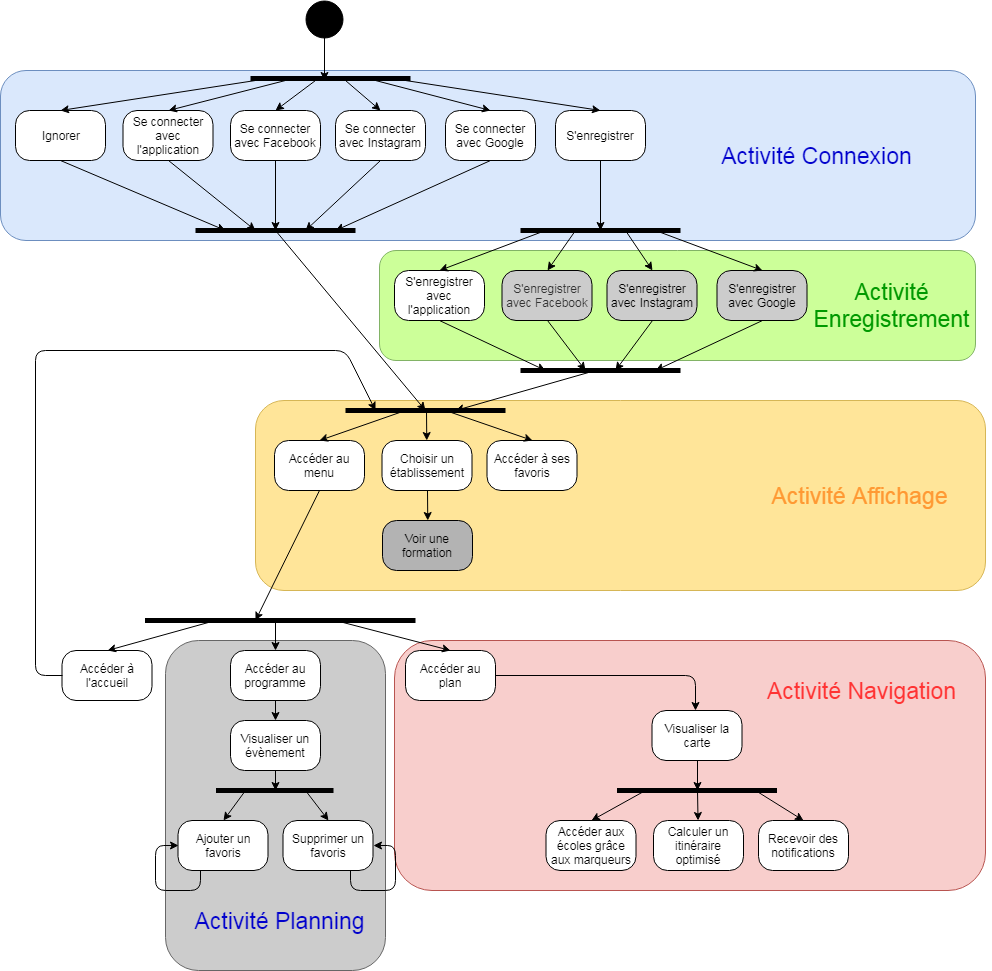
The draw.io diagram Analyse UML/Diagramme d'activités.png in Bamzuki/Projet_JPO, before a commit. Source tidied: cells renumbered, new cells last; positions are measured from the earlier drawing's top-left corner, leaving out a move shared by most shapes.
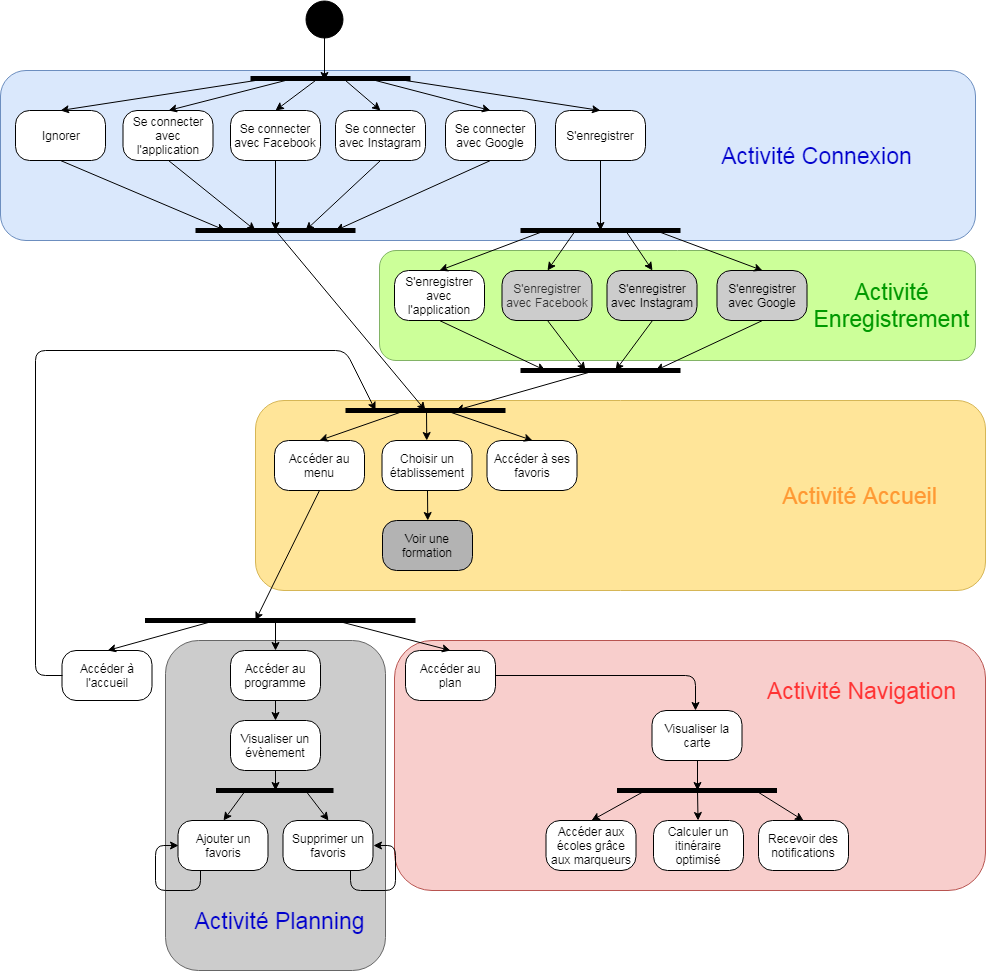
After the commit.

Commit message:
Correction du diagramme d'activités

Diff of the diagram source:
```diff
@@ -227,7 +227,7 @@
         <mxPoint x="445" y="410" as="sourcePoint" />
       </mxGeometry>
     </mxCell>
-    <mxCell id="54" value="&lt;font style=&quot;font-size: 23px&quot; color=&quot;#ff9933&quot;&gt;Activité Affichage&lt;/font&gt;" style="text;html=1;strokeColor=none;fillColor=none;align=center;verticalAlign=middle;whiteSpace=wrap;rounded=0;" parent="1" vertex="1">
+    <mxCell id="54" value="&lt;font style=&quot;font-size: 23px&quot; color=&quot;#ff9933&quot;&gt;Activité Accueil&lt;/font&gt;" style="text;html=1;strokeColor=none;fillColor=none;align=center;verticalAlign=middle;whiteSpace=wrap;rounded=0;" parent="1" vertex="1">
       <mxGeometry x="745" y="465" width="229" height="60" as="geometry" />
     </mxCell>
     <mxCell id="55" value="Voir une formation" style="rounded=1;whiteSpace=wrap;html=1;arcSize=28;fillColor=#B3B3B3;" parent="1" vertex="1">
```
